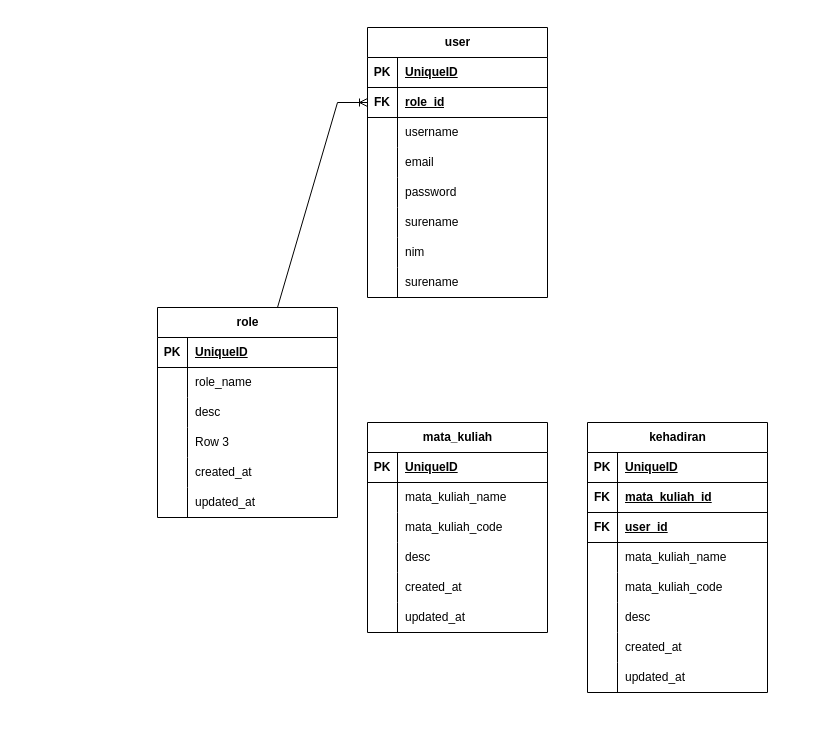
The draw.io diagram ERD.drawio in Yousran/PressAI, before the edit. Source tidied: cells renumbered, new cells numbered last; positions are measured from the earlier drawing's top-left corner, leaving out a move shared by most shapes. Both pictures are drawn from the tidied source at 100%, with x=0, y=0 at pixel (157, 27).
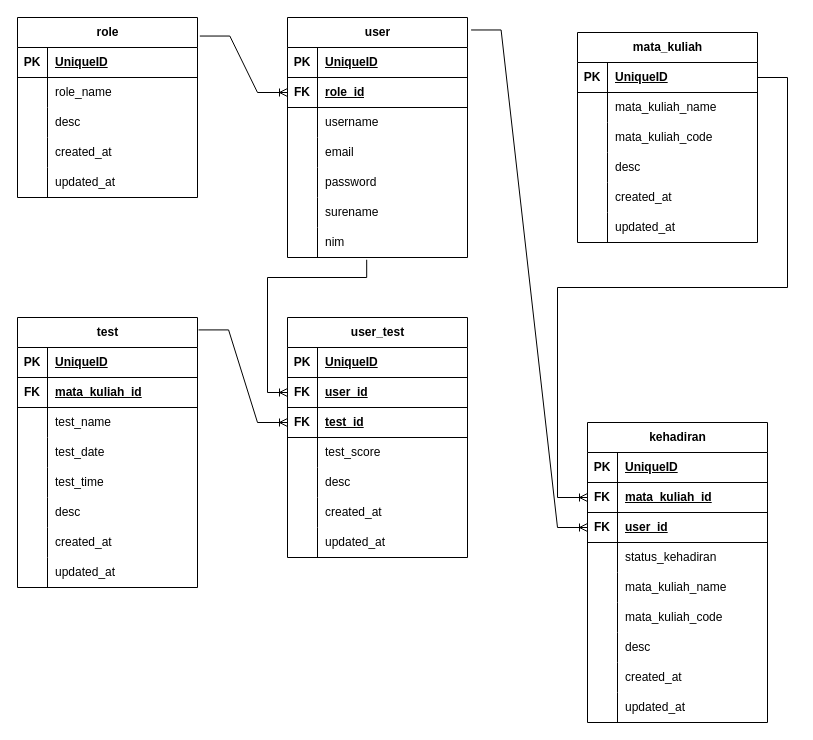
Above is the later version.

The change refers to these unchanged cells:
```xml
<mxCell id="25" style="shape=tableRow;horizontal=0;startSize=0;swimlaneHead=0;swimlaneBody=0;fillColor=none;points=[[0,0.5],[1,0.5]];portConstraint=eastwest;top=0;left=0;right=0;bottom=1;" parent="21" vertex="1">
  <mxGeometry y="60" width="180" height="30" as="geometry" />
</mxCell>
<mxCell id="40" style="shape=tableRow;horizontal=0;startSize=0;swimlaneHead=0;swimlaneBody=0;fillColor=none;points=[[0,0.5],[1,0.5]];portConstraint=eastwest;top=0;left=0;right=0;bottom=0;" parent="21" vertex="1">
  <mxGeometry y="210" width="180" height="30" as="geometry" />
</mxCell>
<mxCell id="48" style="shape=tableRow;horizontal=0;startSize=0;swimlaneHead=0;swimlaneBody=0;fillColor=none;points=[[0,0.5],[1,0.5]];portConstraint=eastwest;top=0;left=0;right=0;bottom=1;" parent="47" vertex="1">
  <mxGeometry y="30" width="180" height="30" as="geometry" />
</mxCell>
<mxCell id="77" style="shape=tableRow;horizontal=0;startSize=0;swimlaneHead=0;swimlaneBody=0;fillColor=none;points=[[0,0.5],[1,0.5]];portConstraint=eastwest;top=0;left=0;right=0;bottom=1;" parent="70" vertex="1">
  <mxGeometry y="90" width="180" height="30" as="geometry" />
</mxCell>
<mxCell id="80" style="shape=tableRow;horizontal=0;startSize=0;swimlaneHead=0;swimlaneBody=0;fillColor=none;top=0;left=0;right=0;bottom=0;" parent="70" vertex="1">
  <mxGeometry y="120" width="180" height="30" as="geometry" />
</mxCell>
```

Diff of the diagram source:
```diff
@@
     <mxCell id="2" value="role" style="shape=table;startSize=30;childLayout=tableLayout;rowLines=0;fontStyle=1;align=center;html=1;" parent="1" vertex="1">
-      <mxGeometry y="280" width="180" height="210" as="geometry" />
+      <mxGeometry x="-140" y="-10" width="180" height="180" as="geometry" />
     </mxCell>
@@
-    <mxCell id="12" style="shape=tableRow;horizontal=0;startSize=0;swimlaneHead=0;swimlaneBody=0;fillColor=none;top=0;left=0;right=0;bottom=0;" parent="2" vertex="1">
-      <mxGeometry y="120" width="180" height="30" as="geometry" />
-    </mxCell>
-    <mxCell id="13" style="shape=partialRectangle;fillColor=none;top=0;left=0;bottom=0;right=0;overflow=hidden;whiteSpace=wrap;html=1;" parent="12" vertex="1">
-      <mxGeometry width="30" height="30" as="geometry" />
-    </mxCell>
-    <mxCell id="14" value="Row 3" style="shape=partialRectangle;fillColor=none;top=0;left=0;bottom=0;right=0;align=left;spacingLeft=6;overflow=hidden;whiteSpace=wrap;html=1;" parent="12" vertex="1">
-      <mxGeometry x="30" width="150" height="30" as="geometry" />
-    </mxCell>
     <mxCell id="15" style="shape=tableRow;horizontal=0;startSize=0;swimlaneHead=0;swimlaneBody=0;fillColor=none;top=0;left=0;right=0;bottom=0;" parent="2" vertex="1">
-      <mxGeometry y="150" width="180" height="30" as="geometry" />
+      <mxGeometry y="120" width="180" height="30" as="geometry" />
     </mxCell>
@@
     <mxCell id="18" style="shape=tableRow;horizontal=0;startSize=0;swimlaneHead=0;swimlaneBody=0;fillColor=none;top=0;left=0;right=0;bottom=0;" parent="2" vertex="1">
-      <mxGeometry y="180" width="180" height="30" as="geometry" />
+      <mxGeometry y="150" width="180" height="30" as="geometry" />
     </mxCell>
@@
     <mxCell id="21" value="user" style="shape=table;startSize=30;childLayout=tableLayout;rowLines=0;fontStyle=1;align=center;html=1;" parent="1" vertex="1">
-      <mxGeometry x="210" width="180" height="270" as="geometry" />
+      <mxGeometry x="130" y="-10" width="180" height="240" as="geometry" />
     </mxCell>
@@
-    <mxCell id="43" style="shape=tableRow;horizontal=0;startSize=0;swimlaneHead=0;swimlaneBody=0;fillColor=none;top=0;left=0;right=0;bottom=0;" parent="21" vertex="1">
-      <mxGeometry y="240" width="180" height="30" as="geometry" />
-    </mxCell>
-    <mxCell id="44" style="shape=partialRectangle;fillColor=none;top=0;left=0;bottom=0;right=0;overflow=hidden;whiteSpace=wrap;html=1;" parent="43" vertex="1">
-      <mxGeometry width="30" height="30" as="geometry" />
-    </mxCell>
-    <mxCell id="45" value="surename" style="shape=partialRectangle;fillColor=none;top=0;left=0;bottom=0;right=0;align=left;spacingLeft=6;overflow=hidden;whiteSpace=wrap;html=1;" parent="43" vertex="1">
-      <mxGeometry x="30" width="150" height="30" as="geometry" />
-    </mxCell>
-    <mxCell id="46" style="edgeStyle=entityRelationEdgeStyle;fontSize=12;html=1;endArrow=ERoneToMany;rounded=0;exitX=0.5;exitY=0;exitDx=0;exitDy=0;entryX=0;entryY=0.5;entryDx=0;entryDy=0;" parent="1" edge="1" source="2" target="25">
+    <mxCell id="46" style="edgeStyle=entityRelationEdgeStyle;fontSize=12;html=1;endArrow=ERoneToMany;rounded=0;exitX=1.013;exitY=0.103;exitDx=0;exitDy=0;entryX=0;entryY=0.5;entryDx=0;entryDy=0;exitPerimeter=0;" parent="1" edge="1" source="2" target="25">
       <mxGeometry relative="1" as="geometry">
         <Array as="points">
           <mxPoint x="100" y="220" />
         </Array>
       </mxGeometry>
     </mxCell>
     <mxCell id="47" value="mata_kuliah" style="shape=table;startSize=30;childLayout=tableLayout;rowLines=0;fontStyle=1;align=center;html=1;" parent="1" vertex="1">
-      <mxGeometry x="210" y="395" width="180" height="210" as="geometry" />
+      <mxGeometry x="420" y="5" width="180" height="210" as="geometry" />
     </mxCell>
@@
-    <mxCell id="66" style="shape=tableRow;horizontal=0;startSize=0;swimlaneHead=0;swimlaneBody=0;fillColor=none;top=0;left=0;right=0;bottom=0;" parent="1" vertex="1">
-      <mxGeometry x="430" y="120" width="180" height="30" as="geometry" />
-    </mxCell>
-    <mxCell id="67" style="shape=partialRectangle;fillColor=none;top=0;left=0;bottom=0;right=0;overflow=hidden;whiteSpace=wrap;html=1;" parent="66" vertex="1">
-      <mxGeometry width="30" height="30" as="geometry" />
-    </mxCell>
-    <mxCell id="68" style="shape=tableRow;horizontal=0;startSize=0;swimlaneHead=0;swimlaneBody=0;fillColor=none;top=0;left=0;right=0;bottom=0;" parent="1" vertex="1">
-      <mxGeometry x="430" y="150" width="180" height="30" as="geometry" />
-    </mxCell>
-    <mxCell id="69" style="shape=partialRectangle;fillColor=none;top=0;left=0;bottom=0;right=0;overflow=hidden;whiteSpace=wrap;html=1;" parent="68" vertex="1">
-      <mxGeometry width="30" height="30" as="geometry" />
-    </mxCell>
     <mxCell id="70" value="kehadiran" style="shape=table;startSize=30;childLayout=tableLayout;rowLines=0;fontStyle=1;align=center;html=1;" parent="1" vertex="1">
-      <mxGeometry x="430" y="395" width="180" height="270" as="geometry" />
+      <mxGeometry x="430" y="395" width="180" height="300" as="geometry" />
     </mxCell>
@@
-    <mxCell id="82" value="mata_kuliah_name" style="shape=partialRectangle;fillColor=none;top=0;left=0;bottom=0;right=0;align=left;spacingLeft=6;overflow=hidden;whiteSpace=wrap;html=1;" parent="80" vertex="1">
+    <mxCell id="82" value="status_kehadiran" style="shape=partialRectangle;fillColor=none;top=0;left=0;bottom=0;right=0;align=left;spacingLeft=6;overflow=hidden;whiteSpace=wrap;html=1;" parent="80" vertex="1">
       <mxGeometry x="30" width="150" height="30" as="geometry" />
     </mxCell>
+    <mxCell id="95" style="shape=tableRow;horizontal=0;startSize=0;swimlaneHead=0;swimlaneBody=0;fillColor=none;top=0;left=0;right=0;bottom=0;" parent="70" vertex="1">
+      <mxGeometry y="150" width="180" height="30" as="geometry" />
+    </mxCell>
+    <mxCell id="96" style="shape=partialRectangle;fillColor=none;top=0;left=0;bottom=0;right=0;overflow=hidden;whiteSpace=wrap;html=1;" parent="95" vertex="1">
+      <mxGeometry width="30" height="30" as="geometry" />
+    </mxCell>
+    <mxCell id="97" value="mata_kuliah_name" style="shape=partialRectangle;fillColor=none;top=0;left=0;bottom=0;right=0;align=left;spacingLeft=6;overflow=hidden;whiteSpace=wrap;html=1;" parent="95" vertex="1">
+      <mxGeometry x="30" width="150" height="30" as="geometry" />
+    </mxCell>
     <mxCell id="83" style="shape=tableRow;horizontal=0;startSize=0;swimlaneHead=0;swimlaneBody=0;fillColor=none;top=0;left=0;right=0;bottom=0;" parent="70" vertex="1">
-      <mxGeometry y="150" width="180" height="30" as="geometry" />
+      <mxGeometry y="180" width="180" height="30" as="geometry" />
     </mxCell>
@@
     <mxCell id="86" style="shape=tableRow;horizontal=0;startSize=0;swimlaneHead=0;swimlaneBody=0;fillColor=none;top=0;left=0;right=0;bottom=0;" parent="70" vertex="1">
-      <mxGeometry y="180" width="180" height="30" as="geometry" />
+      <mxGeometry y="210" width="180" height="30" as="geometry" />
     </mxCell>
@@
     <mxCell id="89" style="shape=tableRow;horizontal=0;startSize=0;swimlaneHead=0;swimlaneBody=0;fillColor=none;top=0;left=0;right=0;bottom=0;" parent="70" vertex="1">
-      <mxGeometry y="210" width="180" height="30" as="geometry" />
+      <mxGeometry y="240" width="180" height="30" as="geometry" />
     </mxCell>
@@
     <mxCell id="92" style="shape=tableRow;horizontal=0;startSize=0;swimlaneHead=0;swimlaneBody=0;fillColor=none;top=0;left=0;right=0;bottom=0;" parent="70" vertex="1">
-      <mxGeometry y="240" width="180" height="30" as="geometry" />
+      <mxGeometry y="270" width="180" height="30" as="geometry" />
     </mxCell>
@@
+    <mxCell id="98" style="edgeStyle=entityRelationEdgeStyle;fontSize=12;html=1;endArrow=ERoneToMany;rounded=0;exitX=1.02;exitY=0.052;exitDx=0;exitDy=0;entryX=0;entryY=0.5;entryDx=0;entryDy=0;exitPerimeter=0;" parent="1" edge="1" source="21" target="77">
+      <mxGeometry relative="1" as="geometry">
+        <Array as="points">
+          <mxPoint x="420" y="295" />
+        </Array>
+      </mxGeometry>
+    </mxCell>
+    <mxCell id="99" style="edgeStyle=entityRelationEdgeStyle;fontSize=12;html=1;endArrow=ERoneToMany;rounded=0;" parent="1" edge="1" source="48">
+      <mxGeometry relative="1" as="geometry">
+        <mxPoint x="430" y="470" as="targetPoint" />
+        <Array as="points">
+          <mxPoint x="430" y="390" />
+          <mxPoint x="450" y="220" />
+        </Array>
+      </mxGeometry>
+    </mxCell>
+    <mxCell id="100" value="test" style="shape=table;startSize=30;childLayout=tableLayout;rowLines=0;fontStyle=1;align=center;html=1;" parent="1" vertex="1">
+      <mxGeometry x="-140" y="290" width="180" height="270" as="geometry" />
+    </mxCell>
+    <mxCell id="101" style="shape=tableRow;horizontal=0;startSize=0;swimlaneHead=0;swimlaneBody=0;fillColor=none;top=0;left=0;right=0;bottom=1;" parent="100" vertex="1">
+      <mxGeometry y="30" width="180" height="30" as="geometry" />
+    </mxCell>
+    <mxCell id="102" value="PK" style="shape=partialRectangle;fillColor=none;top=0;left=0;bottom=0;right=0;fontStyle=1;overflow=hidden;whiteSpace=wrap;html=1;" parent="101" vertex="1">
+      <mxGeometry width="30" height="30" as="geometry" />
+    </mxCell>
+    <mxCell id="103" value="UniqueID" style="shape=partialRectangle;fillColor=none;top=0;left=0;bottom=0;right=0;align=left;spacingLeft=6;fontStyle=5;overflow=hidden;whiteSpace=wrap;html=1;" parent="101" vertex="1">
+      <mxGeometry x="30" width="150" height="30" as="geometry" />
+    </mxCell>
+    <mxCell id="104" style="shape=tableRow;horizontal=0;startSize=0;swimlaneHead=0;swimlaneBody=0;fillColor=none;top=0;left=0;right=0;bottom=1;" parent="100" vertex="1">
+      <mxGeometry y="60" width="180" height="30" as="geometry" />
+    </mxCell>
+    <mxCell id="105" value="FK" style="shape=partialRectangle;fillColor=none;top=0;left=0;bottom=0;right=0;fontStyle=1;overflow=hidden;whiteSpace=wrap;html=1;" parent="104" vertex="1">
+      <mxGeometry width="30" height="30" as="geometry" />
+    </mxCell>
+    <mxCell id="106" value="mata_kuliah_id" style="shape=partialRectangle;fillColor=none;top=0;left=0;bottom=0;right=0;align=left;spacingLeft=6;fontStyle=5;overflow=hidden;whiteSpace=wrap;html=1;" parent="104" vertex="1">
+      <mxGeometry x="30" width="150" height="30" as="geometry" />
+    </mxCell>
+    <mxCell id="107" style="shape=tableRow;horizontal=0;startSize=0;swimlaneHead=0;swimlaneBody=0;fillColor=none;top=0;left=0;right=0;bottom=0;" parent="100" vertex="1">
+      <mxGeometry y="90" width="180" height="30" as="geometry" />
+    </mxCell>
+    <mxCell id="108" style="shape=partialRectangle;fillColor=none;top=0;left=0;bottom=0;right=0;overflow=hidden;whiteSpace=wrap;html=1;" parent="107" vertex="1">
+      <mxGeometry width="30" height="30" as="geometry" />
+    </mxCell>
+    <mxCell id="109" value="test_name" style="shape=partialRectangle;fillColor=none;top=0;left=0;bottom=0;right=0;align=left;spacingLeft=6;overflow=hidden;whiteSpace=wrap;html=1;" parent="107" vertex="1">
+      <mxGeometry x="30" width="150" height="30" as="geometry" />
+    </mxCell>
+    <mxCell id="110" style="shape=tableRow;horizontal=0;startSize=0;swimlaneHead=0;swimlaneBody=0;fillColor=none;top=0;left=0;right=0;bottom=0;" parent="100" vertex="1">
+      <mxGeometry y="120" width="180" height="30" as="geometry" />
+    </mxCell>
+    <mxCell id="111" style="shape=partialRectangle;fillColor=none;top=0;left=0;bottom=0;right=0;overflow=hidden;whiteSpace=wrap;html=1;" parent="110" vertex="1">
+      <mxGeometry width="30" height="30" as="geometry" />
+    </mxCell>
+    <mxCell id="112" value="test_date" style="shape=partialRectangle;fillColor=none;top=0;left=0;bottom=0;right=0;align=left;spacingLeft=6;overflow=hidden;whiteSpace=wrap;html=1;" parent="110" vertex="1">
+      <mxGeometry x="30" width="150" height="30" as="geometry" />
+    </mxCell>
+    <mxCell id="113" style="shape=tableRow;horizontal=0;startSize=0;swimlaneHead=0;swimlaneBody=0;fillColor=none;top=0;left=0;right=0;bottom=0;" parent="100" vertex="1">
+      <mxGeometry y="150" width="180" height="30" as="geometry" />
+    </mxCell>
+    <mxCell id="114" style="shape=partialRectangle;fillColor=none;top=0;left=0;bottom=0;right=0;overflow=hidden;whiteSpace=wrap;html=1;" parent="113" vertex="1">
+      <mxGeometry width="30" height="30" as="geometry" />
+    </mxCell>
+    <mxCell id="115" value="test_time" style="shape=partialRectangle;fillColor=none;top=0;left=0;bottom=0;right=0;align=left;spacingLeft=6;overflow=hidden;whiteSpace=wrap;html=1;" parent="113" vertex="1">
+      <mxGeometry x="30" width="150" height="30" as="geometry" />
+    </mxCell>
+    <mxCell id="116" style="shape=tableRow;horizontal=0;startSize=0;swimlaneHead=0;swimlaneBody=0;fillColor=none;top=0;left=0;right=0;bottom=0;" parent="100" vertex="1">
+      <mxGeometry y="180" width="180" height="30" as="geometry" />
+    </mxCell>
+    <mxCell id="117" style="shape=partialRectangle;fillColor=none;top=0;left=0;bottom=0;right=0;overflow=hidden;whiteSpace=wrap;html=1;" parent="116" vertex="1">
+      <mxGeometry width="30" height="30" as="geometry" />
+    </mxCell>
+    <mxCell id="118" value="desc" style="shape=partialRectangle;fillColor=none;top=0;left=0;bottom=0;right=0;align=left;spacingLeft=6;overflow=hidden;whiteSpace=wrap;html=1;" parent="116" vertex="1">
+      <mxGeometry x="30" width="150" height="30" as="geometry" />
+    </mxCell>
+    <mxCell id="119" style="shape=tableRow;horizontal=0;startSize=0;swimlaneHead=0;swimlaneBody=0;fillColor=none;top=0;left=0;right=0;bottom=0;" parent="100" vertex="1">
+      <mxGeometry y="210" width="180" height="30" as="geometry" />
+    </mxCell>
+    <mxCell id="120" style="shape=partialRectangle;fillColor=none;top=0;left=0;bottom=0;right=0;overflow=hidden;whiteSpace=wrap;html=1;" parent="119" vertex="1">
+      <mxGeometry width="30" height="30" as="geometry" />
+    </mxCell>
+    <mxCell id="121" value="created_at" style="shape=partialRectangle;fillColor=none;top=0;left=0;bottom=0;right=0;align=left;spacingLeft=6;overflow=hidden;whiteSpace=wrap;html=1;" parent="119" vertex="1">
+      <mxGeometry x="30" width="150" height="30" as="geometry" />
+    </mxCell>
+    <mxCell id="43" style="shape=tableRow;horizontal=0;startSize=0;swimlaneHead=0;swimlaneBody=0;fillColor=none;top=0;left=0;right=0;bottom=0;" parent="100" vertex="1">
+      <mxGeometry y="240" width="180" height="30" as="geometry" />
+    </mxCell>
+    <mxCell id="122" style="shape=partialRectangle;fillColor=none;top=0;left=0;bottom=0;right=0;overflow=hidden;whiteSpace=wrap;html=1;" parent="43" vertex="1">
+      <mxGeometry width="30" height="30" as="geometry" />
+    </mxCell>
+    <mxCell id="123" value="updated_at" style="shape=partialRectangle;fillColor=none;top=0;left=0;bottom=0;right=0;align=left;spacingLeft=6;overflow=hidden;whiteSpace=wrap;html=1;" parent="43" vertex="1">
+      <mxGeometry x="30" width="150" height="30" as="geometry" />
+    </mxCell>
+    <mxCell id="124" value="user_test" style="shape=table;startSize=30;childLayout=tableLayout;rowLines=0;fontStyle=1;align=center;html=1;" parent="1" vertex="1">
+      <mxGeometry x="130" y="290" width="180" height="240" as="geometry" />
+    </mxCell>
+    <mxCell id="125" style="shape=tableRow;horizontal=0;startSize=0;swimlaneHead=0;swimlaneBody=0;fillColor=none;top=0;left=0;right=0;bottom=1;" parent="124" vertex="1">
+      <mxGeometry y="30" width="180" height="30" as="geometry" />
+    </mxCell>
+    <mxCell id="126" value="PK" style="shape=partialRectangle;fillColor=none;top=0;left=0;bottom=0;right=0;fontStyle=1;overflow=hidden;whiteSpace=wrap;html=1;" parent="125" vertex="1">
+      <mxGeometry width="30" height="30" as="geometry" />
+    </mxCell>
+    <mxCell id="127" value="UniqueID" style="shape=partialRectangle;fillColor=none;top=0;left=0;bottom=0;right=0;align=left;spacingLeft=6;fontStyle=5;overflow=hidden;whiteSpace=wrap;html=1;" parent="125" vertex="1">
+      <mxGeometry x="30" width="150" height="30" as="geometry" />
+    </mxCell>
+    <mxCell id="128" style="shape=tableRow;horizontal=0;startSize=0;swimlaneHead=0;swimlaneBody=0;fillColor=none;points=[[0,0.5],[1,0.5]];portConstraint=eastwest;top=0;left=0;right=0;bottom=1;" parent="124" vertex="1">
+      <mxGeometry y="60" width="180" height="30" as="geometry" />
+    </mxCell>
+    <mxCell id="129" value="FK" style="shape=partialRectangle;fillColor=none;top=0;left=0;bottom=0;right=0;fontStyle=1;overflow=hidden;whiteSpace=wrap;html=1;" parent="128" vertex="1">
+      <mxGeometry width="30" height="30" as="geometry" />
+    </mxCell>
+    <mxCell id="130" value="user_id" style="shape=partialRectangle;fillColor=none;top=0;left=0;bottom=0;right=0;align=left;spacingLeft=6;fontStyle=5;overflow=hidden;whiteSpace=wrap;html=1;" parent="128" vertex="1">
+      <mxGeometry x="30" width="150" height="30" as="geometry" />
+    </mxCell>
+    <mxCell id="131" style="shape=tableRow;horizontal=0;startSize=0;swimlaneHead=0;swimlaneBody=0;fillColor=none;points=[[0,0.5],[1,0.5]];portConstraint=eastwest;top=0;left=0;right=0;bottom=1;" parent="124" vertex="1">
+      <mxGeometry y="90" width="180" height="30" as="geometry" />
+    </mxCell>
+    <mxCell id="132" value="FK" style="shape=partialRectangle;fillColor=none;top=0;left=0;bottom=0;right=0;fontStyle=1;overflow=hidden;whiteSpace=wrap;html=1;" parent="131" vertex="1">
+      <mxGeometry width="30" height="30" as="geometry" />
+    </mxCell>
+    <mxCell id="133" value="test_id" style="shape=partialRectangle;fillColor=none;top=0;left=0;bottom=0;right=0;align=left;spacingLeft=6;fontStyle=5;overflow=hidden;whiteSpace=wrap;html=1;" parent="131" vertex="1">
+      <mxGeometry x="30" width="150" height="30" as="geometry" />
+    </mxCell>
+    <mxCell id="134" style="shape=tableRow;horizontal=0;startSize=0;swimlaneHead=0;swimlaneBody=0;fillColor=none;top=0;left=0;right=0;bottom=0;" parent="124" vertex="1">
+      <mxGeometry y="120" width="180" height="30" as="geometry" />
+    </mxCell>
+    <mxCell id="135" style="shape=partialRectangle;fillColor=none;top=0;left=0;bottom=0;right=0;overflow=hidden;whiteSpace=wrap;html=1;" parent="134" vertex="1">
+      <mxGeometry width="30" height="30" as="geometry" />
+    </mxCell>
+    <mxCell id="136" value="test_score" style="shape=partialRectangle;fillColor=none;top=0;left=0;bottom=0;right=0;align=left;spacingLeft=6;overflow=hidden;whiteSpace=wrap;html=1;" parent="134" vertex="1">
+      <mxGeometry x="30" width="150" height="30" as="geometry" />
+    </mxCell>
+    <mxCell id="137" style="shape=tableRow;horizontal=0;startSize=0;swimlaneHead=0;swimlaneBody=0;fillColor=none;top=0;left=0;right=0;bottom=0;" parent="124" vertex="1">
+      <mxGeometry y="150" width="180" height="30" as="geometry" />
+    </mxCell>
+    <mxCell id="138" style="shape=partialRectangle;fillColor=none;top=0;left=0;bottom=0;right=0;overflow=hidden;whiteSpace=wrap;html=1;" parent="137" vertex="1">
+      <mxGeometry width="30" height="30" as="geometry" />
+    </mxCell>
+    <mxCell id="139" value="desc" style="shape=partialRectangle;fillColor=none;top=0;left=0;bottom=0;right=0;align=left;spacingLeft=6;overflow=hidden;whiteSpace=wrap;html=1;" parent="137" vertex="1">
+      <mxGeometry x="30" width="150" height="30" as="geometry" />
+    </mxCell>
+    <mxCell id="140" style="shape=tableRow;horizontal=0;startSize=0;swimlaneHead=0;swimlaneBody=0;fillColor=none;top=0;left=0;right=0;bottom=0;" parent="124" vertex="1">
+      <mxGeometry y="180" width="180" height="30" as="geometry" />
+    </mxCell>
+    <mxCell id="141" style="shape=partialRectangle;fillColor=none;top=0;left=0;bottom=0;right=0;overflow=hidden;whiteSpace=wrap;html=1;" parent="140" vertex="1">
+      <mxGeometry width="30" height="30" as="geometry" />
+    </mxCell>
+    <mxCell id="142" value="created_at" style="shape=partialRectangle;fillColor=none;top=0;left=0;bottom=0;right=0;align=left;spacingLeft=6;overflow=hidden;whiteSpace=wrap;html=1;" parent="140" vertex="1">
+      <mxGeometry x="30" width="150" height="30" as="geometry" />
+    </mxCell>
+    <mxCell id="143" style="shape=tableRow;horizontal=0;startSize=0;swimlaneHead=0;swimlaneBody=0;fillColor=none;top=0;left=0;right=0;bottom=0;" parent="124" vertex="1">
+      <mxGeometry y="210" width="180" height="30" as="geometry" />
+    </mxCell>
+    <mxCell id="144" style="shape=partialRectangle;fillColor=none;top=0;left=0;bottom=0;right=0;overflow=hidden;whiteSpace=wrap;html=1;" parent="143" vertex="1">
+      <mxGeometry width="30" height="30" as="geometry" />
+    </mxCell>
+    <mxCell id="145" value="updated_at" style="shape=partialRectangle;fillColor=none;top=0;left=0;bottom=0;right=0;align=left;spacingLeft=6;overflow=hidden;whiteSpace=wrap;html=1;" parent="143" vertex="1">
+      <mxGeometry x="30" width="150" height="30" as="geometry" />
+    </mxCell>
+    <mxCell id="146" style="edgeStyle=entityRelationEdgeStyle;fontSize=12;html=1;endArrow=ERoneToMany;rounded=0;exitX=1.006;exitY=0.046;exitDx=0;exitDy=0;exitPerimeter=0;entryX=0;entryY=0.5;entryDx=0;entryDy=0;" parent="1" edge="1" source="100" target="131">
+      <mxGeometry relative="1" as="geometry" />
+    </mxCell>
+    <mxCell id="147" style="edgeStyle=orthogonalEdgeStyle;fontSize=12;html=1;endArrow=ERoneToMany;rounded=0;entryX=0;entryY=0.5;entryDx=0;entryDy=0;exitX=0.44;exitY=1.075;exitDx=0;exitDy=0;exitPerimeter=0;" parent="1" edge="1" source="40" target="128">
+      <mxGeometry relative="1" as="geometry">
+        <Array as="points">
+          <mxPoint x="209" y="250" />
+          <mxPoint x="110" y="250" />
+          <mxPoint x="110" y="365" />
+        </Array>
+      </mxGeometry>
+    </mxCell>
```
